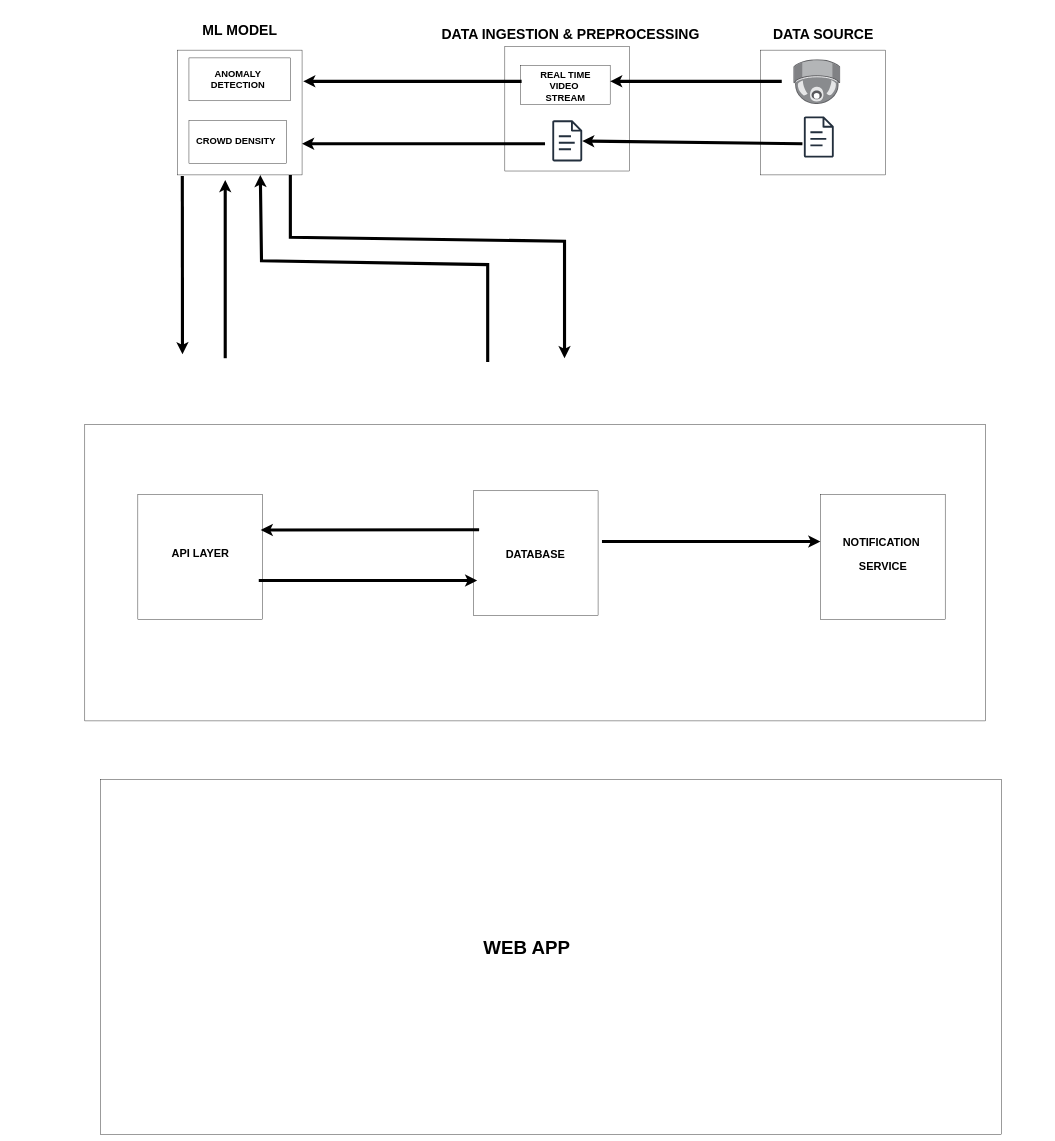
Before: Untitled Diagram.drawio in akhil888binoy/60DaysOfDevOps, a draw.io diagram. Source tidied: cells renumbered, new cells numbered last; positions are measured from the earlier drawing's top-left corner, leaving out a move shared by most shapes. Both pictures are drawn from the tidied source at 39%, with x=0, y=0 at pixel (85, 23).
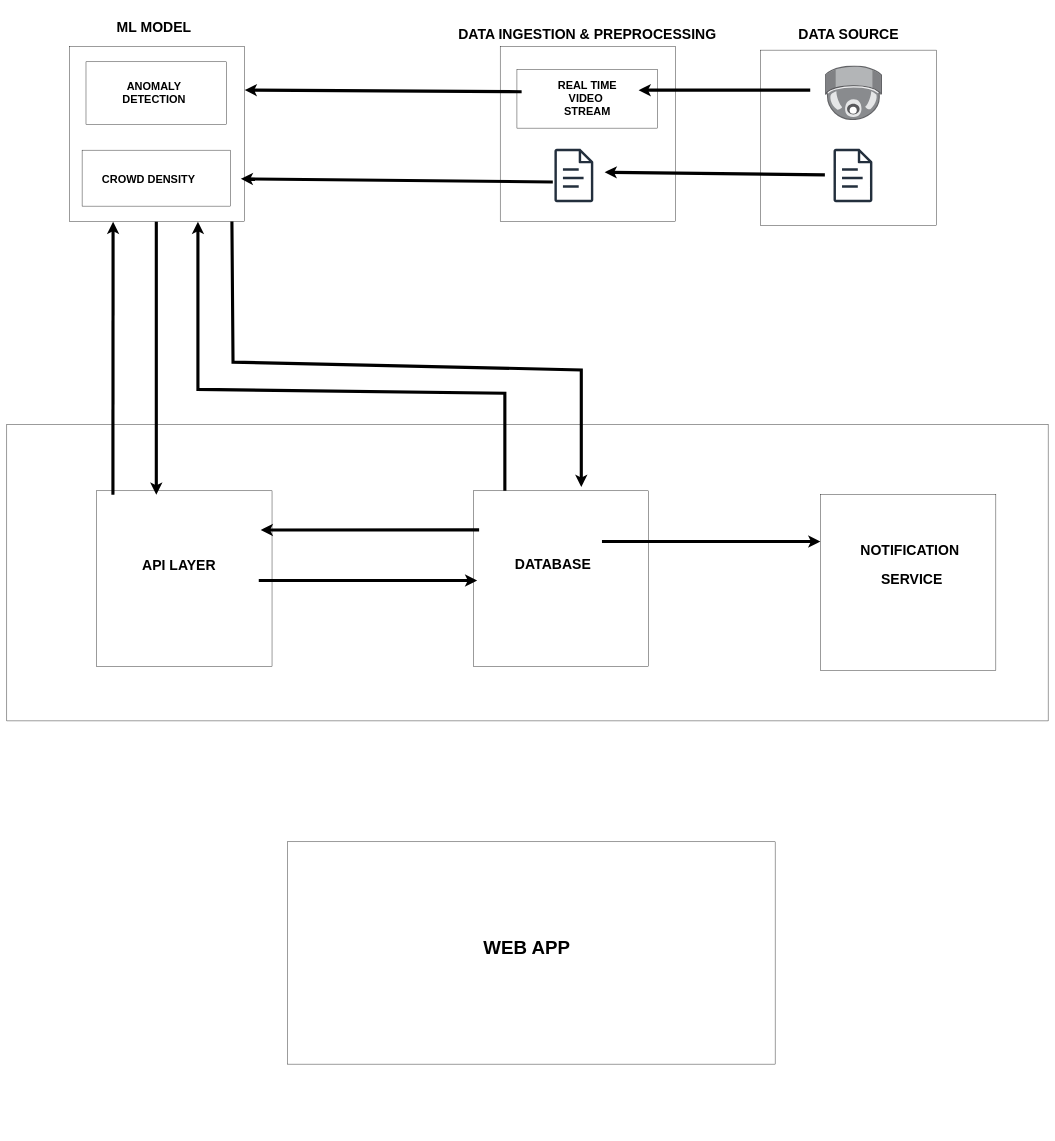
The same page after the edit.

Diff of the diagram source:
```diff
@@
     <mxCell id="3" style="whiteSpace=wrap;html=1;" parent="1" vertex="1">
-      <mxGeometry x="1733" y="70" width="320" height="320" as="geometry" />
+      <mxGeometry x="1733" y="70" width="450" height="450" as="geometry" />
     </mxCell>
     <mxCell id="4" style="image;html=1;align=center;shadow=0;dashed=0;image=img/lib/allied_telesis/security/Surveillance_Camera_Ceiling.svg;" parent="1" vertex="1">
-      <mxGeometry x="1817" y="93.9" width="120.7" height="114.9" as="geometry" />
+      <mxGeometry x="1897.6" y="110" width="147.1" height="140" as="geometry" />
     </mxCell>
     <mxCell id="5" style="sketch=0;fontColor=#232F3E;gradientColor=none;fillColor=#232F3D;strokeColor=none;dashed=0;verticalLabelPosition=bottom;verticalAlign=top;align=center;html=1;fontSize=12;fontStyle=0;shape=mxgraph.aws4.document;" parent="1" vertex="1">
-      <mxGeometry x="1843.5" y="240" width="77" height="105.4" as="geometry" />
+      <mxGeometry x="1919.5" y="323" width="100.1" height="137" as="geometry" />
     </mxCell>
     <mxCell id="6" value="&lt;h2&gt;DATA SOURCE&lt;/h2&gt;" style="text;strokeColor=none;fillColor=none;html=1;fontSize=24;fontStyle=1;verticalAlign=middle;align=center;" parent="1" vertex="1">
-      <mxGeometry x="1740" y="10" width="306" height="40" as="geometry" />
+      <mxGeometry x="1805" y="10" width="306" height="40" as="geometry" />
     </mxCell>
     <mxCell id="7" style="whiteSpace=wrap;html=1;" parent="1" vertex="1">
-      <mxGeometry x="1077" y="60" width="320" height="320" as="geometry" />
+      <mxGeometry x="1065" y="60" width="450" height="450" as="geometry" />
     </mxCell>
     <mxCell id="8" style="rounded=0;whiteSpace=wrap;html=1;" parent="1" vertex="1">
-      <mxGeometry x="1117" y="110" width="230" height="100" as="geometry" />
+      <mxGeometry x="1108" y="120" width="360" height="150" as="geometry" />
     </mxCell>
-    <mxCell id="9" value="REAL TIME &lt;br&gt;VIDEO&amp;nbsp;&lt;br&gt;STREAM" style="text;strokeColor=none;fillColor=none;html=1;fontSize=24;fontStyle=1;verticalAlign=middle;align=center;" parent="1" vertex="1">
-      <mxGeometry x="1182" y="150" width="100" height="26" as="geometry" />
+    <mxCell id="9" value="&lt;h3&gt;REAL TIME&lt;br&gt; VIDEO&amp;nbsp;&lt;br&gt;STREAM&lt;/h3&gt;" style="text;strokeColor=none;fillColor=none;html=1;fontSize=24;fontStyle=1;verticalAlign=middle;align=center;" parent="1" vertex="1">
+      <mxGeometry x="1238" y="180" width="100" height="26" as="geometry" />
     </mxCell>
     <mxCell id="10" style="sketch=0;outlineConnect=0;fontColor=#232F3E;gradientColor=none;fillColor=#232F3D;strokeColor=none;dashed=0;verticalLabelPosition=bottom;verticalAlign=top;align=center;html=1;fontSize=12;fontStyle=0;shape=mxgraph.aws4.document;" parent="1" vertex="1">
-      <mxGeometry x="1198.5" y="250" width="77" height="105.4" as="geometry" />
+      <mxGeometry x="1203.9" y="323" width="100.1" height="137" as="geometry" />
     </mxCell>
     <mxCell id="11" value="&lt;h2&gt;DATA INGESTION &amp;amp; PREPROCESSING&lt;/h2&gt;" style="text;strokeColor=none;fillColor=none;html=1;fontSize=24;fontStyle=1;verticalAlign=middle;align=center;" parent="1" vertex="1">
-      <mxGeometry x="997" y="10" width="496" height="40" as="geometry" />
+      <mxGeometry x="1040" y="10" width="496" height="40" as="geometry" />
     </mxCell>
-    <mxCell id="12" style="endArrow=classic;html=1;rounded=0;strokeWidth=8;" parent="1" edge="1" target="10">
+    <mxCell id="12" style="endArrow=classic;html=1;rounded=0;strokeWidth=8;" parent="1" edge="1">
       <mxGeometry relative="1" as="geometry">
-        <mxPoint x="1840" y="310" as="sourcePoint" />
+        <mxPoint x="1897.6" y="390" as="sourcePoint" />
+        <mxPoint x="1332.9" y="383.1" as="targetPoint" />
       </mxGeometry>
     </mxCell>
     <mxCell id="13" style="endArrow=classic;html=1;rounded=0;strokeWidth=8;" parent="1" edge="1">
       <mxGeometry relative="1" as="geometry">
-        <mxPoint x="1787" y="150" as="sourcePoint" />
-        <mxPoint x="1347" y="150" as="targetPoint" />
+        <mxPoint x="1860" y="172.7" as="sourcePoint" />
+        <mxPoint x="1420" y="172.7" as="targetPoint" />
       </mxGeometry>
     </mxCell>
     <mxCell id="14" style="whiteSpace=wrap;html=1;" parent="1" vertex="1">
-      <mxGeometry x="237" y="70" width="320" height="320" as="geometry" />
+      <mxGeometry x="-40" y="60" width="450" height="450" as="geometry" />
     </mxCell>
-    <mxCell id="15" style="endArrow=classic;html=1;rounded=0;strokeWidth=8;entryX=1;entryY=0.75;entryDx=0;entryDy=0;" parent="1" edge="1" target="14">
+    <mxCell id="15" style="endArrow=classic;html=1;rounded=0;strokeWidth=8;" parent="1" edge="1">
       <mxGeometry relative="1" as="geometry">
-        <mxPoint x="1180" y="310" as="sourcePoint" />
+        <mxPoint x="1200" y="408" as="sourcePoint" />
+        <mxPoint x="400" y="400" as="targetPoint" />
       </mxGeometry>
     </mxCell>
     <mxCell id="16" style="rounded=0;whiteSpace=wrap;html=1;" parent="1" vertex="1">
-      <mxGeometry x="267" y="250" width="250" height="110" as="geometry" />
+      <mxGeometry x="-7" y="326.5" width="380" height="143.5" as="geometry" />
     </mxCell>
-    <mxCell id="17" value="CROWD DENSITY" style="text;strokeColor=none;fillColor=none;html=1;fontSize=24;fontStyle=1;verticalAlign=middle;align=center;" parent="1" vertex="1">
-      <mxGeometry x="277" y="283" width="220" height="40" as="geometry" />
+    <mxCell id="17" value="&lt;h3&gt;CROWD DENSITY&lt;/h3&gt;" style="text;strokeColor=none;fillColor=none;html=1;fontSize=24;fontStyle=1;verticalAlign=middle;align=center;" parent="1" vertex="1">
+      <mxGeometry x="53" y="380" width="220" height="40" as="geometry" />
     </mxCell>
     <mxCell id="18" style="rounded=0;whiteSpace=wrap;html=1;" parent="1" vertex="1">
-      <mxGeometry x="267" y="90" width="260" height="110" as="geometry" />
+      <mxGeometry x="3" y="100" width="360" height="160" as="geometry" />
     </mxCell>
-    <mxCell id="19" value="ANOMALY &lt;br&gt;DETECTION" style="text;strokeColor=none;fillColor=none;html=1;fontSize=24;fontStyle=1;verticalAlign=middle;align=center;" parent="1" vertex="1">
-      <mxGeometry x="277" y="110" width="230" height="70" as="geometry" />
+    <mxCell id="19" value="&lt;h3&gt;ANOMALY&lt;br&gt; DETECTION&lt;/h3&gt;" style="text;strokeColor=none;fillColor=none;html=1;fontSize=24;fontStyle=1;verticalAlign=middle;align=center;" parent="1" vertex="1">
+      <mxGeometry x="61.5" y="145" width="230" height="70" as="geometry" />
     </mxCell>
-    <mxCell id="20" style="endArrow=classic;html=1;rounded=0;strokeWidth=8;" parent="1" edge="1">
+    <mxCell id="20" style="endArrow=classic;html=1;rounded=0;strokeWidth=8;entryX=1;entryY=0.25;entryDx=0;entryDy=0;" parent="1" edge="1" target="14">
       <mxGeometry relative="1" as="geometry">
-        <mxPoint x="1120" y="150" as="sourcePoint" />
-        <mxPoint x="560" y="150" as="targetPoint" />
+        <mxPoint x="1120" y="176.7" as="sourcePoint" />
       </mxGeometry>
     </mxCell>
     <mxCell id="21" value="&lt;h2&gt;ML MODEL&lt;/h2&gt;" style="text;strokeColor=none;fillColor=none;html=1;fontSize=24;fontStyle=1;verticalAlign=middle;align=center;" parent="1" vertex="1">
-      <mxGeometry x="272" width="250" height="40" as="geometry" />
+      <mxGeometry x="51.5" y="-10" width="250" height="40" as="geometry" />
     </mxCell>
     <mxCell id="22" style="rounded=0;whiteSpace=wrap;html=1;" parent="1" vertex="1">
-      <mxGeometry y="1030" width="2310" height="760" as="geometry" />
+      <mxGeometry x="-200" y="1030" width="2670" height="760" as="geometry" />
     </mxCell>
     <mxCell id="23" style="whiteSpace=wrap;html=1;" parent="1" vertex="1">
-      <mxGeometry x="136" y="1210" width="320" height="320" as="geometry" />
+      <mxGeometry x="30" y="1200" width="450" height="450" as="geometry" />
     </mxCell>
     <mxCell id="24" style="whiteSpace=wrap;html=1;" parent="1" vertex="1">
-      <mxGeometry x="996" y="1200" width="320" height="320" as="geometry" />
+      <mxGeometry x="996" y="1200" width="450" height="450" as="geometry" />
     </mxCell>
@@
     <mxCell id="27" style="whiteSpace=wrap;html=1;" parent="1" vertex="1">
-      <mxGeometry x="1886" y="1210" width="320" height="320" as="geometry" />
+      <mxGeometry x="1886" y="1210" width="450" height="450" as="geometry" />
     </mxCell>
@@
-    <mxCell id="29" value="&lt;h3&gt;API LAYER&lt;/h3&gt;" style="text;strokeColor=none;fillColor=none;html=1;fontSize=24;fontStyle=1;verticalAlign=middle;align=center;" parent="1" vertex="1">
-      <mxGeometry x="135" y="1300" width="321" height="120" as="geometry" />
+    <mxCell id="29" value="&lt;h2&gt;API LAYER&lt;/h2&gt;" style="text;strokeColor=none;fillColor=none;html=1;fontSize=24;fontStyle=1;verticalAlign=middle;align=center;" parent="1" vertex="1">
+      <mxGeometry x="80" y="1330" width="321" height="120" as="geometry" />
     </mxCell>
-    <mxCell id="30" value="&lt;h3&gt;DATABASE&lt;/h3&gt;" style="text;strokeColor=none;fillColor=none;html=1;fontSize=24;fontStyle=1;verticalAlign=middle;align=center;" parent="1" vertex="1">
-      <mxGeometry x="1055" y="1305" width="200" height="115" as="geometry" />
+    <mxCell id="30" value="&lt;h2&gt;DATABASE&lt;/h2&gt;" style="text;strokeColor=none;fillColor=none;html=1;fontSize=24;fontStyle=1;verticalAlign=middle;align=center;" parent="1" vertex="1">
+      <mxGeometry x="1100" y="1330" width="200" height="115" as="geometry" />
     </mxCell>
-    <mxCell id="31" value="&lt;h3&gt;NOTIFICATION&amp;nbsp;&lt;/h3&gt;&lt;h3&gt;SERVICE&lt;/h3&gt;" style="text;strokeColor=none;fillColor=none;html=1;fontSize=24;fontStyle=1;verticalAlign=middle;align=center;" parent="1" vertex="1">
-      <mxGeometry x="1936" y="1292.5" width="220" height="140" as="geometry" />
+    <mxCell id="31" value="&lt;h2&gt;NOTIFICATION&amp;nbsp;&lt;/h2&gt;&lt;h2&gt;SERVICE&lt;/h2&gt;" style="text;strokeColor=none;fillColor=none;html=1;fontSize=24;fontStyle=1;verticalAlign=middle;align=center;" parent="1" vertex="1">
+      <mxGeometry x="2010" y="1320" width="220" height="140" as="geometry" />
     </mxCell>
-    <mxCell id="32" style="endArrow=classic;html=1;rounded=0;strokeWidth=8;exitX=0.177;exitY=1.009;exitDx=0;exitDy=0;exitPerimeter=0;" parent="1" edge="1">
-      <mxGeometry relative="1" as="geometry">
-        <mxPoint x="250" y="392.9" as="sourcePoint" />
-        <mxPoint x="250.4" y="850" as="targetPoint" />
-      </mxGeometry>
-    </mxCell>
-    <mxCell id="33" style="endArrow=classic;html=1;rounded=0;strokeWidth=8;exitX=0.177;exitY=1.009;exitDx=0;exitDy=0;exitPerimeter=0;" parent="1" edge="1">
-      <mxGeometry relative="1" as="geometry">
-        <mxPoint x="360" y="860" as="sourcePoint" />
-        <mxPoint x="360" y="403" as="targetPoint" />
-      </mxGeometry>
-    </mxCell>
-    <mxCell id="34" style="endArrow=classic;html=1;rounded=0;strokeWidth=8;entryX=0.75;entryY=1;entryDx=0;entryDy=0;" parent="1" edge="1">
+    <mxCell id="34" style="endArrow=classic;html=1;rounded=0;strokeWidth=8;" parent="1" edge="1">
       <mxGeometry relative="1" as="geometry">
-        <mxPoint x="1033" y="870" as="sourcePoint" />
-        <mxPoint x="450" y="390" as="targetPoint" />
+        <mxPoint x="1077" y="1200" as="sourcePoint" />
+        <mxPoint x="290" y="510" as="targetPoint" />
         <Array as="points">
-          <mxPoint x="1033" y="620" />
-          <mxPoint x="453" y="610" />
+          <mxPoint x="1077" y="950" />
+          <mxPoint x="290" y="940" />
         </Array>
       </mxGeometry>
     </mxCell>
-    <mxCell id="35" style="endArrow=classic;html=1;rounded=0;strokeWidth=8;exitX=1;exitY=1;exitDx=0;exitDy=0;" parent="1" edge="1">
+    <mxCell id="35" style="endArrow=classic;html=1;rounded=0;strokeWidth=8;exitX=0.927;exitY=0.999;exitDx=0;exitDy=0;exitPerimeter=0;" parent="1" edge="1" source="14">
       <mxGeometry relative="1" as="geometry">
-        <mxPoint x="527" y="390" as="sourcePoint" />
-        <mxPoint x="1230" y="860" as="targetPoint" />
+        <mxPoint x="1273" y="1190" as="targetPoint" />
         <Array as="points">
-          <mxPoint x="527" y="550" />
-          <mxPoint x="1230" y="560" />
+          <mxPoint x="380" y="870" />
+          <mxPoint x="1273" y="890" />
         </Array>
       </mxGeometry>
     </mxCell>
     <mxCell id="36" style="rounded=0;whiteSpace=wrap;html=1;" parent="1" vertex="1">
-      <mxGeometry x="40" y="1940" width="2310" height="910" as="geometry" />
+      <mxGeometry x="520" y="2100" width="1250" height="570" as="geometry" />
     </mxCell>
@@
+    <mxCell id="38" style="endArrow=classic;html=1;rounded=0;strokeWidth=8;entryX=0.25;entryY=1;entryDx=0;entryDy=0;" parent="1" edge="1" target="14">
+      <mxGeometry relative="1" as="geometry">
+        <mxPoint x="72" y="1210" as="sourcePoint" />
+      </mxGeometry>
+    </mxCell>
+    <mxCell id="39" style="endArrow=classic;html=1;rounded=0;strokeWidth=8;entryX=0.25;entryY=1;entryDx=0;entryDy=0;" parent="1" edge="1">
+      <mxGeometry relative="1" as="geometry">
+        <mxPoint x="183.3" y="510" as="sourcePoint" />
+        <mxPoint x="183.3" y="1210" as="targetPoint" />
+      </mxGeometry>
+    </mxCell>
```
